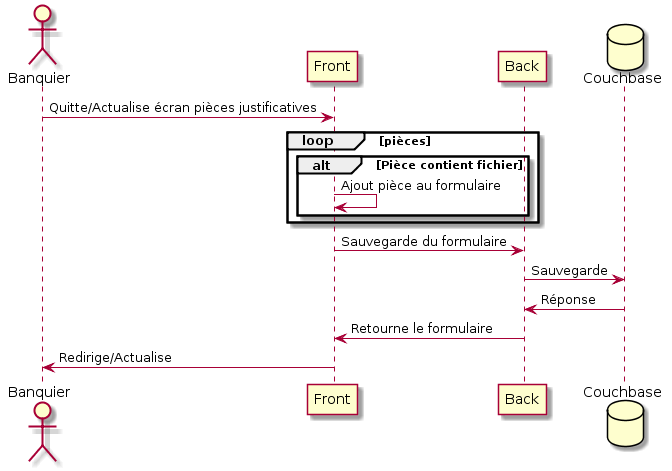
The PlantUML diagram rapport/images/travailBP1818/piecesJustif/seqSave.png in fleriche/stage, before a commit.
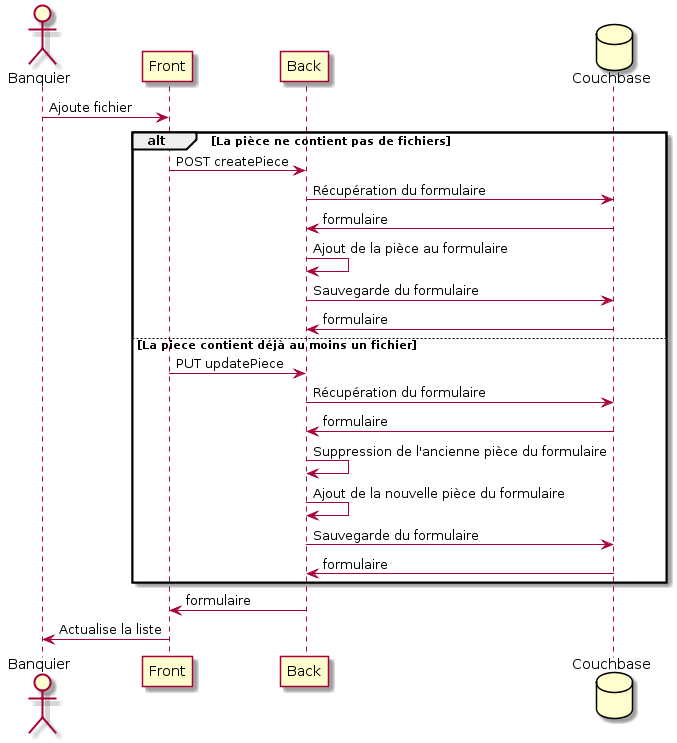
Above is the later version.

Change to the diagram source:
```diff
@@ -1,15 +1,23 @@
 @startuml
 actor Banquier
-Banquier -> Front: Quitte/Actualise écran pièces justificatives
-loop pièces
-alt Pièce contient fichier
-Front -> Front: Ajout pièce au formulaire
+Banquier -> Front: Ajoute fichier
+alt La pièce ne contient pas de fichiers
+Front -> Back: POST createPiece
+Database Couchbase
+Back -> Couchbase: Récupération du formulaire
+Couchbase -> Back: formulaire
+Back -> Back: Ajout de la pièce au formulaire
+Back -> Couchbase: Sauvegarde du formulaire
+Couchbase -> Back: formulaire
+else La piece contient déjà au moins un fichier
+Front -> Back: PUT updatePiece
+Back -> Couchbase: Récupération du formulaire
+Couchbase -> Back: formulaire
+Back -> Back: Suppression de l'ancienne pièce du formulaire
+Back -> Back: Ajout de la nouvelle pièce du formulaire
+Back -> Couchbase: Sauvegarde du formulaire
+Couchbase -> Back: formulaire
 end
-end
-Front -> Back: Sauvegarde du formulaire
-database Couchbase
-Back -> Couchbase: Sauvegarde
-Couchbase -> Back: Réponse
-Back -> Front: Retourne le formulaire
-Front -> Banquier: Redirige/Actualise
+Back -> Front: formulaire
+Front -> Banquier: Actualise la liste
 @enduml
```
